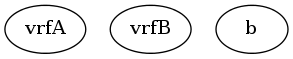
Before: Week3-assignments/drawing/diagrams/R1-diagram.png, a diagram exported from Graphviz (kaage/NetAutomation_materials). Its source is kept beside it as Week3-assignments/drawing/diagrams/R1-diagram.dot. The source it was exported from:
```dot

graph {
		vrfA
		vrfB
		b
}
```
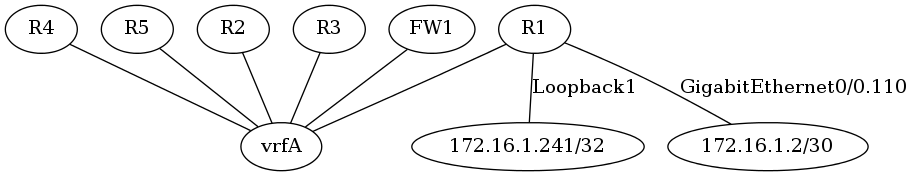
Above is the later version.

The edit, as a diff of the source:
```diff
@@ -1,6 +1,20 @@
+
 
 graph {
 		vrfA
+		R2 -- vrfA;
+		R3 -- vrfA;
+		R4 -- vrfA;
+		R5 -- vrfA;
+		R1 -- vrfA;
+		R1 -- "172.16.1.2/30"[label="GigabitEthernet0/0.110"];
+		R1 -- "172.16.1.241/32"[label="Loopback1"];
+		FW1 -- vrfA;
+}
+graph {
 		vrfB
-		b
+		R2 -- vrfB;
+		R3 -- vrfB;
+		R4 -- vrfB;
+		R5 -- vrfB;
 }
```
